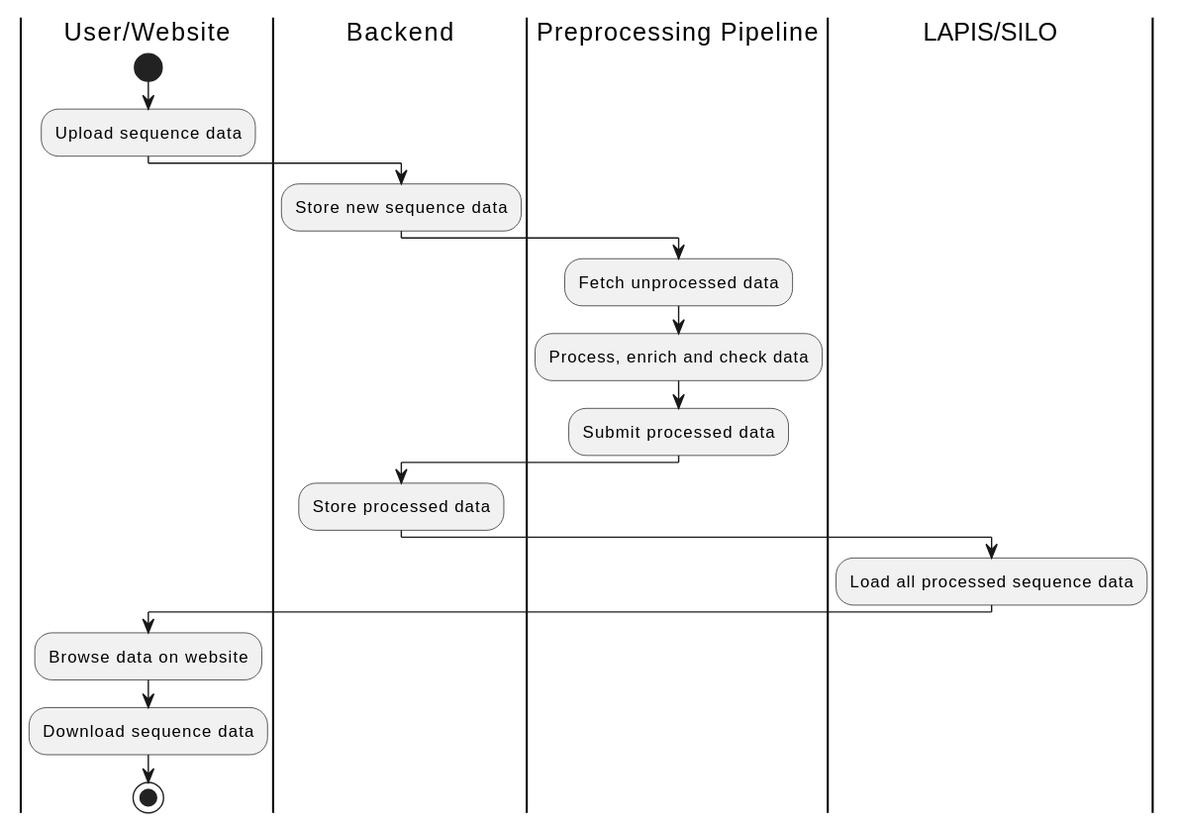
loculus-project/loculus keeps this PlantUML diagram as arc42/plantuml/06_submission_process.svg. Above is the earlier version.
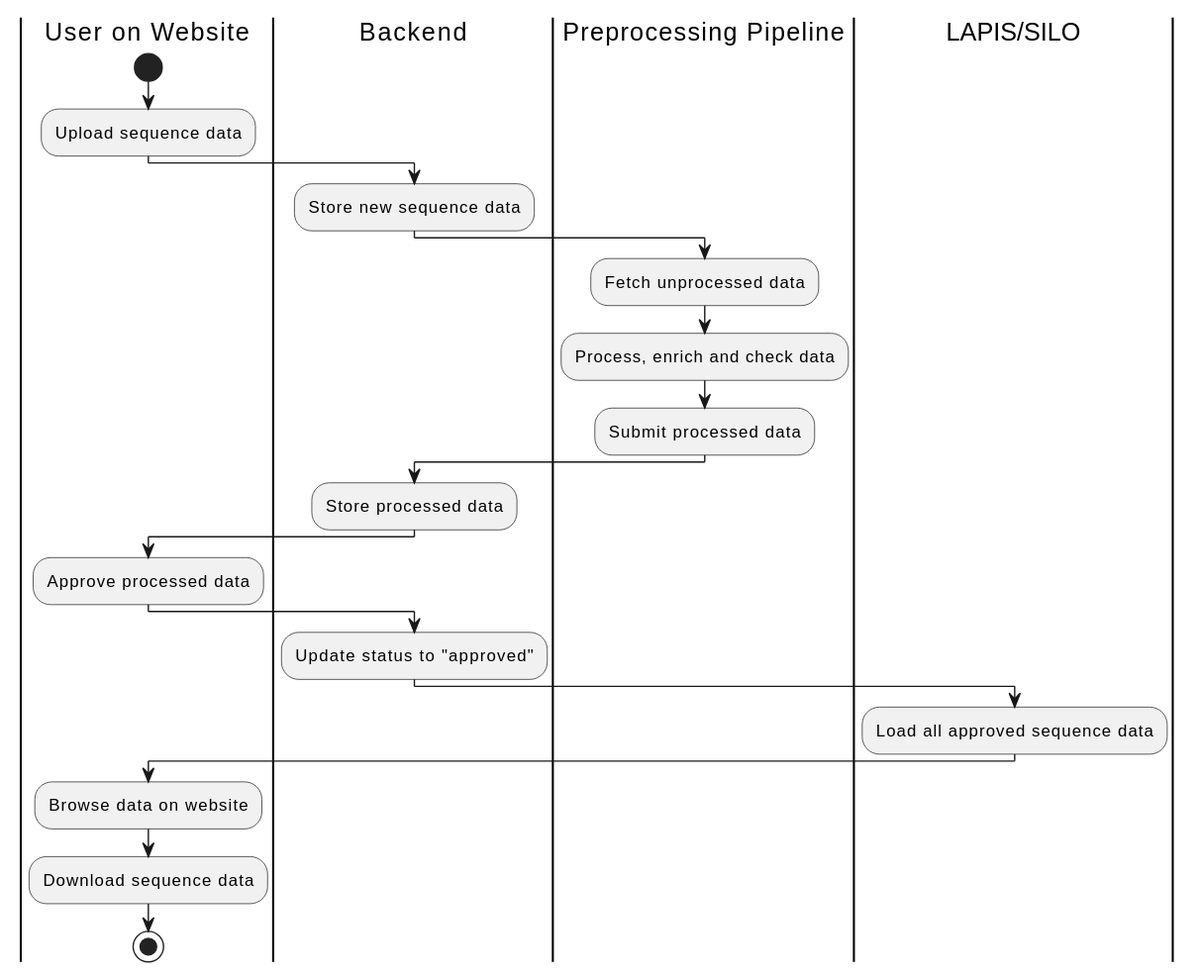
After the change.

Change to the diagram source:
```diff
@@ -1,5 +1,5 @@
 @startuml
-|User/Website|
+|User on Website|
 start
 :Upload sequence data;
 
@@ -14,10 +14,16 @@
 |Backend|
 :Store processed data;
 
+|User on Website|
+:Approve processed data;
+
+|Backend|
+:Update status to "approved";
+
 |LAPIS/SILO|
-:Load all processed sequence data;
+:Load all approved sequence data;
 
-|User/Website|
+|User on Website|
 :Browse data on website;
 :Download sequence data;
 stop
```
